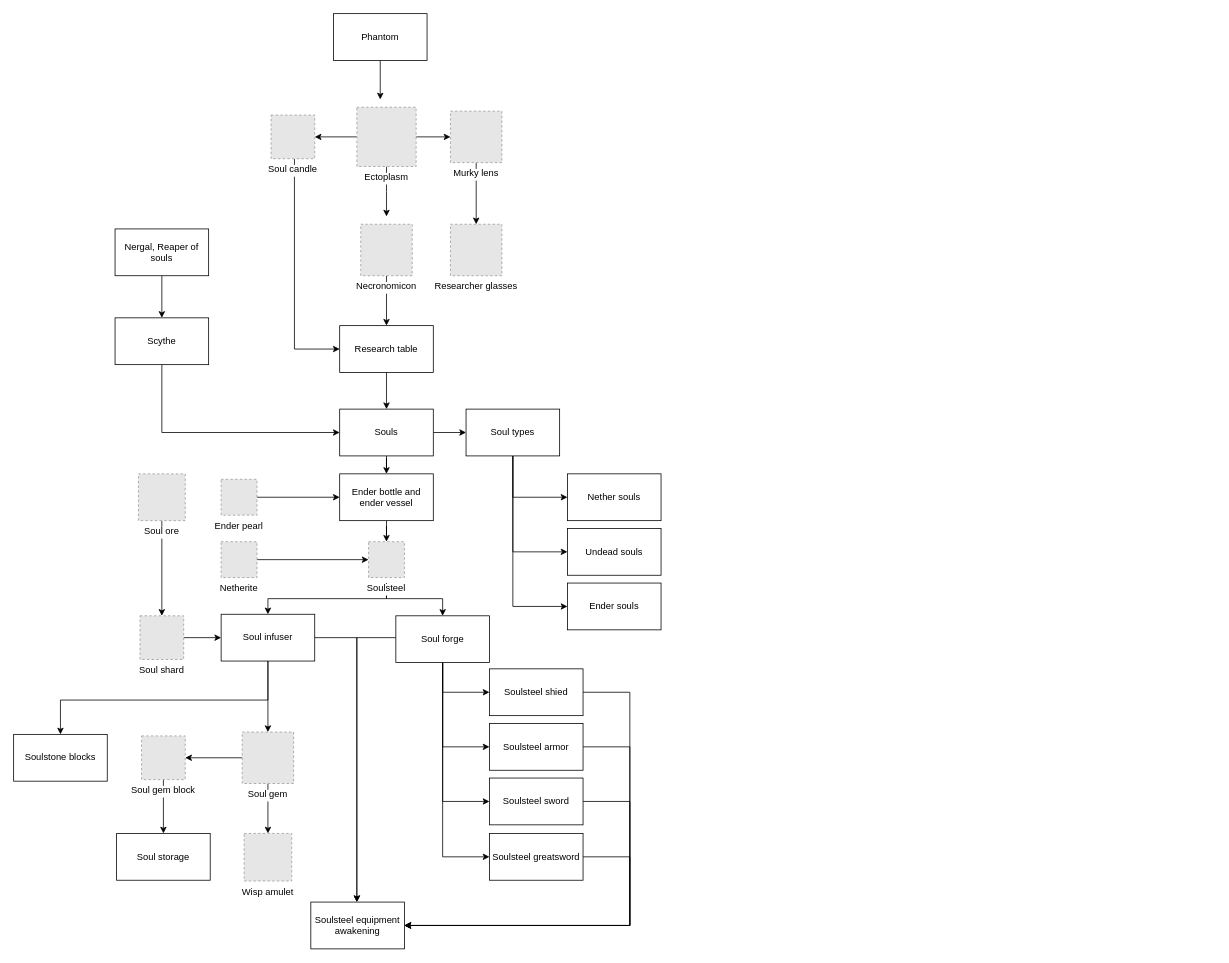
The draw.io diagram page "Soulforge" (13 of 13) of Solaris.drawio in x3rdev/solaris, before the edit. Source tidied: cells renumbered, new cells numbered last; positions are measured from the earlier drawing's top-left corner, leaving out a move shared by most shapes. Both pictures are drawn from the tidied source at 78%, with x=0, y=0 at pixel (13, 13). Pictures stored in the file or linked from it are replaced by grey dashed boxes.
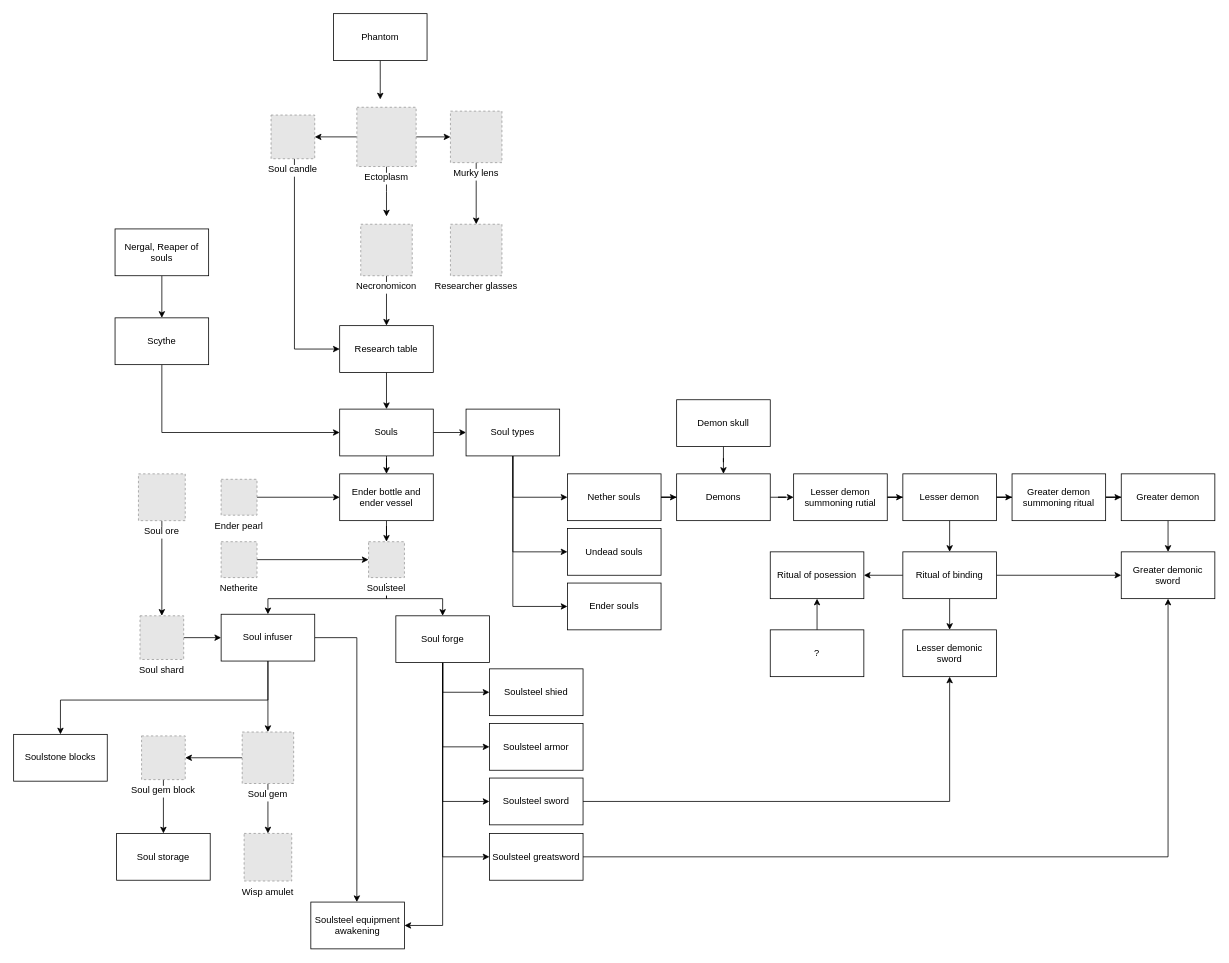
The same page after the edit.

Commit message:
Soulforge scheme update.drawio

Unchanged cells that the change refers to:
```xml
<mxCell id="43" value="Nether souls" style="rounded=0;whiteSpace=wrap;html=1;" parent="1" vertex="1">
  <mxGeometry x="710" y="590" width="120" height="60" as="geometry" />
</mxCell>
<mxCell id="54" value="Soul forge" style="rounded=0;whiteSpace=wrap;html=1;" parent="1" vertex="1">
  <mxGeometry x="490" y="772" width="120" height="60" as="geometry" />
</mxCell>
<mxCell id="61" value="Soulsteel shied" style="rounded=0;whiteSpace=wrap;html=1;" parent="1" vertex="1">
  <mxGeometry x="610" y="840" width="120" height="60" as="geometry" />
</mxCell>
<mxCell id="63" value="Soulsteel armor" style="rounded=0;whiteSpace=wrap;html=1;" parent="1" vertex="1">
  <mxGeometry x="610" y="910" width="120" height="60" as="geometry" />
</mxCell>
<mxCell id="65" value="Soulsteel sword" style="rounded=0;whiteSpace=wrap;html=1;" parent="1" vertex="1">
  <mxGeometry x="610" y="980" width="120" height="60" as="geometry" />
</mxCell>
<mxCell id="67" value="Soulsteel greatsword" style="rounded=0;whiteSpace=wrap;html=1;" parent="1" vertex="1">
  <mxGeometry x="610" y="1051" width="120" height="60" as="geometry" />
</mxCell>
<mxCell id="70" value="Soulsteel equipment awakening" style="rounded=0;whiteSpace=wrap;html=1;" parent="1" vertex="1">
  <mxGeometry x="381" y="1139" width="120" height="60" as="geometry" />
</mxCell>
```

Diff of the diagram source:
```diff
@@
+    <mxCell id="71" style="edgeStyle=orthogonalEdgeStyle;rounded=0;jettySize=auto;html=1;entryX=0;entryY=0.5;entryDx=0;entryDy=0;" parent="1" edge="1" source="43" target="77">
+      <mxGeometry relative="1" as="geometry" />
+    </mxCell>
@@
-    <mxCell id="53" style="edgeStyle=orthogonalEdgeStyle;rounded=0;jettySize=auto;html=1;" parent="1" edge="1" source="54" target="70">
-      <mxGeometry relative="1" as="geometry">
-        <Array as="points">
-          <mxPoint x="440" y="800" />
-        </Array>
-      </mxGeometry>
+    <mxCell id="53" style="edgeStyle=orthogonalEdgeStyle;rounded=0;jettySize=auto;html=1;entryX=1;entryY=0.5;entryDx=0;entryDy=0;" parent="1" edge="1" source="54" target="70">
+      <mxGeometry relative="1" as="geometry" />
     </mxCell>
@@
-    <mxCell id="60" style="edgeStyle=orthogonalEdgeStyle;rounded=0;jettySize=auto;html=1;entryX=1;entryY=0.5;entryDx=0;entryDy=0;" parent="1" edge="1" source="61" target="70">
-      <mxGeometry relative="1" as="geometry">
-        <Array as="points">
-          <mxPoint x="790" y="870" />
-          <mxPoint x="790" y="1169" />
-        </Array>
-      </mxGeometry>
-    </mxCell>
@@
-    <mxCell id="62" style="edgeStyle=orthogonalEdgeStyle;rounded=0;jettySize=auto;html=1;entryX=1;entryY=0.5;entryDx=0;entryDy=0;" parent="1" edge="1" source="63" target="70">
-      <mxGeometry relative="1" as="geometry">
-        <Array as="points">
-          <mxPoint x="790" y="940" />
-          <mxPoint x="790" y="1169" />
-        </Array>
-      </mxGeometry>
-    </mxCell>
@@
-    <mxCell id="64" style="edgeStyle=orthogonalEdgeStyle;rounded=0;jettySize=auto;html=1;entryX=1;entryY=0.5;entryDx=0;entryDy=0;" parent="1" edge="1" source="65" target="70">
-      <mxGeometry relative="1" as="geometry">
-        <Array as="points">
-          <mxPoint x="790" y="1010" />
-          <mxPoint x="790" y="1169" />
-        </Array>
-      </mxGeometry>
-    </mxCell>
+    <mxCell id="72" style="edgeStyle=orthogonalEdgeStyle;rounded=0;jettySize=auto;html=1;entryX=0.5;entryY=1;entryDx=0;entryDy=0;" parent="1" edge="1" source="65" target="91">
+      <mxGeometry relative="1" as="geometry" />
+    </mxCell>
@@
-    <mxCell id="66" style="edgeStyle=orthogonalEdgeStyle;rounded=0;jettySize=auto;html=1;entryX=1;entryY=0.5;entryDx=0;entryDy=0;" parent="1" edge="1" source="67" target="70">
-      <mxGeometry relative="1" as="geometry">
-        <Array as="points">
-          <mxPoint x="790" y="1081" />
-          <mxPoint x="790" y="1169" />
-        </Array>
-      </mxGeometry>
-    </mxCell>
+    <mxCell id="73" style="edgeStyle=orthogonalEdgeStyle;rounded=0;jettySize=auto;html=1;entryX=0.5;entryY=1;entryDx=0;entryDy=0;" parent="1" edge="1" source="67" target="92">
+      <mxGeometry relative="1" as="geometry" />
+    </mxCell>
@@
+    <mxCell id="74" style="edgeStyle=orthogonalEdgeStyle;rounded=0;jettySize=auto;html=1;entryX=0.5;entryY=0;entryDx=0;entryDy=0;" parent="1" edge="1" source="75" target="77">
+      <mxGeometry relative="1" as="geometry" />
+    </mxCell>
+    <mxCell id="75" value="Demon skull" style="rounded=0;whiteSpace=wrap;html=1;" parent="1" vertex="1">
+      <mxGeometry x="850" y="495" width="120" height="60" as="geometry" />
+    </mxCell>
+    <mxCell id="76" style="edgeStyle=orthogonalEdgeStyle;rounded=0;jettySize=auto;html=1;" parent="1" edge="1" source="77" target="79">
+      <mxGeometry relative="1" as="geometry" />
+    </mxCell>
+    <mxCell id="77" value="Demons" style="rounded=0;whiteSpace=wrap;html=1;" parent="1" vertex="1">
+      <mxGeometry x="850" y="590" width="120" height="60" as="geometry" />
+    </mxCell>
+    <mxCell id="78" style="edgeStyle=orthogonalEdgeStyle;rounded=0;jettySize=auto;html=1;" parent="1" edge="1" source="79" target="82">
+      <mxGeometry relative="1" as="geometry" />
+    </mxCell>
+    <mxCell id="79" value="Lesser demon summoning rutial" style="rounded=0;whiteSpace=wrap;html=1;" parent="1" vertex="1">
+      <mxGeometry x="1000" y="590" width="120" height="60" as="geometry" />
+    </mxCell>
+    <mxCell id="80" style="edgeStyle=orthogonalEdgeStyle;rounded=0;jettySize=auto;html=1;" parent="1" edge="1" source="82" target="84">
+      <mxGeometry relative="1" as="geometry" />
+    </mxCell>
+    <mxCell id="81" style="edgeStyle=orthogonalEdgeStyle;rounded=0;jettySize=auto;html=1;" parent="1" edge="1" source="82" target="90">
+      <mxGeometry relative="1" as="geometry" />
+    </mxCell>
+    <mxCell id="82" value="Lesser demon" style="rounded=0;whiteSpace=wrap;html=1;" parent="1" vertex="1">
+      <mxGeometry x="1140" y="590" width="120" height="60" as="geometry" />
+    </mxCell>
+    <mxCell id="83" style="edgeStyle=orthogonalEdgeStyle;rounded=0;jettySize=auto;html=1;" parent="1" edge="1" source="84" target="86">
+      <mxGeometry relative="1" as="geometry" />
+    </mxCell>
+    <mxCell id="84" value="Greater demon summoning ritual" style="whiteSpace=wrap;html=1;rounded=0;" parent="1" vertex="1">
+      <mxGeometry x="1280" y="590" width="120" height="60" as="geometry" />
+    </mxCell>
+    <mxCell id="85" style="edgeStyle=orthogonalEdgeStyle;rounded=0;jettySize=auto;html=1;entryX=0.5;entryY=0;entryDx=0;entryDy=0;" parent="1" edge="1" source="86" target="92">
+      <mxGeometry relative="1" as="geometry" />
+    </mxCell>
+    <mxCell id="86" value="Greater demon" style="rounded=0;whiteSpace=wrap;html=1;" parent="1" vertex="1">
+      <mxGeometry x="1420" y="590" width="120" height="60" as="geometry" />
+    </mxCell>
+    <mxCell id="87" style="edgeStyle=orthogonalEdgeStyle;rounded=0;jettySize=auto;html=1;" parent="1" edge="1" source="90" target="91">
+      <mxGeometry relative="1" as="geometry" />
+    </mxCell>
+    <mxCell id="88" style="edgeStyle=orthogonalEdgeStyle;rounded=0;jettySize=auto;html=1;entryX=0;entryY=0.5;entryDx=0;entryDy=0;" parent="1" edge="1" source="90" target="92">
+      <mxGeometry relative="1" as="geometry" />
+    </mxCell>
+    <mxCell id="89" style="edgeStyle=orthogonalEdgeStyle;rounded=0;jettySize=auto;html=1;" parent="1" edge="1" source="90" target="93">
+      <mxGeometry relative="1" as="geometry" />
+    </mxCell>
+    <mxCell id="90" value="Ritual of binding" style="whiteSpace=wrap;html=1;rounded=0;" parent="1" vertex="1">
+      <mxGeometry x="1140" y="690" width="120" height="60" as="geometry" />
+    </mxCell>
+    <mxCell id="91" value="Lesser demonic sword" style="rounded=0;whiteSpace=wrap;html=1;" parent="1" vertex="1">
+      <mxGeometry x="1140" y="790" width="120" height="60" as="geometry" />
+    </mxCell>
+    <mxCell id="92" value="Greater demonic sword" style="rounded=0;whiteSpace=wrap;html=1;" parent="1" vertex="1">
+      <mxGeometry x="1420" y="690" width="120" height="60" as="geometry" />
+    </mxCell>
+    <mxCell id="93" value="Ritual of posession" style="rounded=0;whiteSpace=wrap;html=1;" parent="1" vertex="1">
+      <mxGeometry x="970" y="690" width="120" height="60" as="geometry" />
+    </mxCell>
+    <mxCell id="94" style="edgeStyle=orthogonalEdgeStyle;rounded=0;jettySize=auto;html=1;entryX=0.5;entryY=1;entryDx=0;entryDy=0;" parent="1" edge="1" source="95" target="93">
+      <mxGeometry relative="1" as="geometry" />
+    </mxCell>
+    <mxCell id="95" value="?" style="rounded=0;whiteSpace=wrap;html=1;" parent="1" vertex="1">
+      <mxGeometry x="970" y="790" width="120" height="60" as="geometry" />
+    </mxCell>
```
